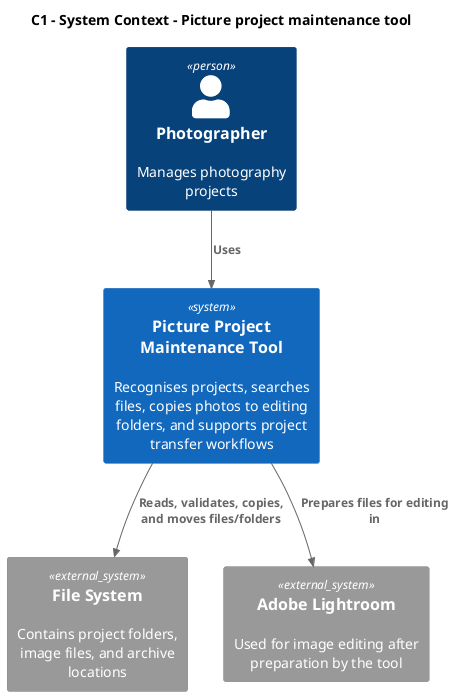
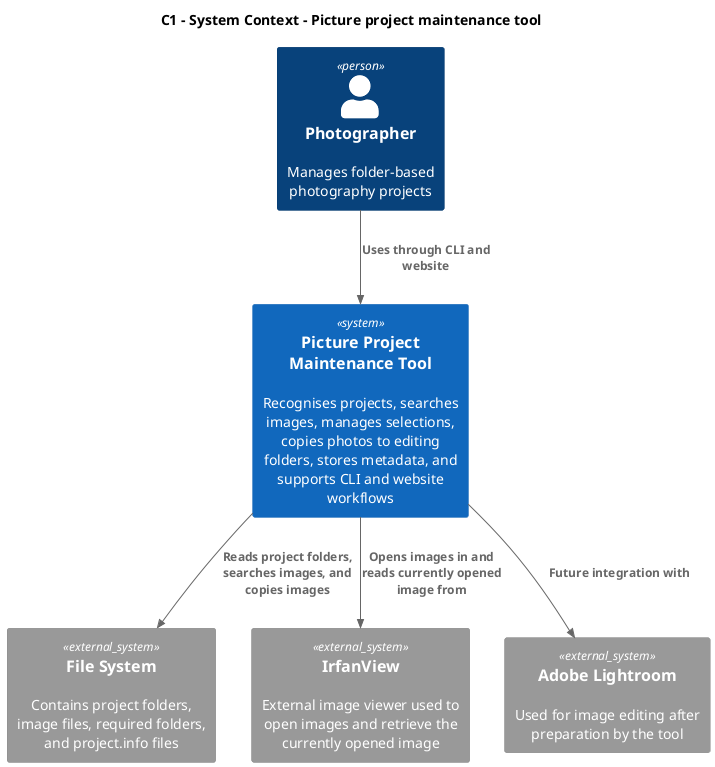
﻿@startuml C1_Context
!include <C4/C4_Context>

title C1 - System Context - Picture project maintenance tool

- Person(user, "Photographer", "Manages photography projects")
+ Person(user, "Photographer", "Manages folder-based photography projects")

- System(system, "Picture Project Maintenance Tool", "Recognises projects, searches files, copies photos to editing folders, and supports project transfer workflows")
+ System(system, "Picture Project Maintenance Tool", "Recognises projects, searches images, manages selections, copies photos to editing folders, stores metadata, and supports CLI and website workflows")

- System_Ext(fs, "File System", "Contains project folders, image files, and archive locations")
+ System_Ext(fs, "File System", "Contains project folders, image files, required folders, and project.info files")
+ System_Ext(irfanview, "IrfanView", "External image viewer used to open images and retrieve the currently opened image")
System_Ext(lightroom, "Adobe Lightroom", "Used for image editing after preparation by the tool")

- Rel(user, system, "Uses")
- Rel(system, fs, "Reads, validates, copies, and moves files/folders")
- Rel(system, lightroom, "Prepares files for editing in")
+ Rel(user, system, "Uses through CLI and website")
+ Rel(system, fs, "Reads project folders, searches images, and copies images")
+ Rel(system, irfanview, "Opens images in and reads currently opened image from")
+ Rel(system, lightroom, "Future integration with")
@enduml